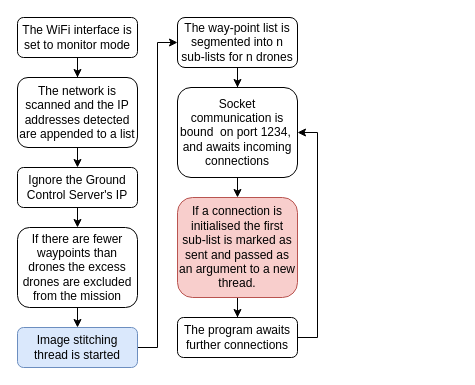
Before: distribution_and_threading_flow_diagram.drawio in ot316/Masters-Project-Ground-Control-Server, a draw.io diagram. Source tidied: cells renumbered, new cells numbered last; positions are measured from the earlier drawing's top-left corner, leaving out a move shared by most shapes. Both pictures are drawn from the tidied source at 100%, with x=0, y=0 at pixel (17, 17).
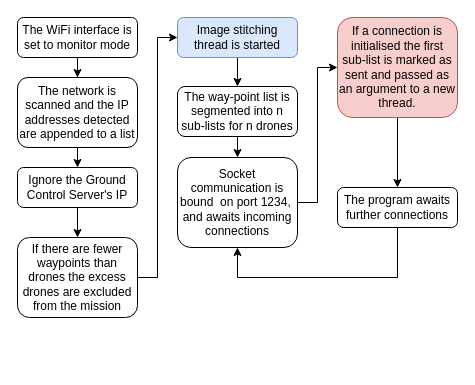
The same diagram, later.

Change to the diagram source:
```diff
@@
-    <mxCell id="8" style="edgeStyle=orthogonalEdgeStyle;rounded=0;jettySize=auto;html=1;exitX=0.5;exitY=1;exitDx=0;exitDy=0;entryX=0.5;entryY=0;entryDx=0;entryDy=0;" parent="1" edge="1" source="9" target="11">
+    <mxCell id="8" style="edgeStyle=orthogonalEdgeStyle;rounded=0;jettySize=auto;html=1;exitX=1;exitY=0.5;exitDx=0;exitDy=0;entryX=0;entryY=0.5;entryDx=0;entryDy=0;" parent="1" edge="1" source="9" target="11">
       <mxGeometry relative="1" as="geometry" />
     </mxCell>
     <mxCell id="9" value="If there are fewer waypoints than drones the excess drones are excluded from the mission" style="rounded=1;whiteSpace=wrap;html=1;fontSize=12;glass=0;strokeWidth=1;shadow=0;" parent="1" vertex="1">
-      <mxGeometry y="210" width="120" height="80" as="geometry" />
+      <mxGeometry y="220" width="120" height="80" as="geometry" />
     </mxCell>
-    <mxCell id="10" style="edgeStyle=orthogonalEdgeStyle;rounded=0;jettySize=auto;html=1;exitX=1;exitY=0.5;exitDx=0;exitDy=0;entryX=0;entryY=0.5;entryDx=0;entryDy=0;" parent="1" edge="1" source="11" target="13">
+    <mxCell id="10" style="edgeStyle=orthogonalEdgeStyle;rounded=0;jettySize=auto;html=1;exitX=0.5;exitY=1;exitDx=0;exitDy=0;entryX=0.5;entryY=0;entryDx=0;entryDy=0;" parent="1" edge="1" source="11" target="13">
       <mxGeometry relative="1" as="geometry" />
     </mxCell>
     <mxCell id="11" value="Image stitching thread is started" style="rounded=1;whiteSpace=wrap;html=1;fontSize=12;glass=0;strokeWidth=1;shadow=0;fillColor=#dae8fc;strokeColor=#6c8ebf;" parent="1" vertex="1">
-      <mxGeometry y="310" width="120" height="40" as="geometry" />
+      <mxGeometry x="160" width="120" height="40" as="geometry" />
     </mxCell>
-    <mxCell id="12" style="edgeStyle=orthogonalEdgeStyle;rounded=0;jettySize=auto;html=1;" parent="1" edge="1" source="13" target="15">
+    <mxCell id="12" style="edgeStyle=orthogonalEdgeStyle;rounded=0;jettySize=auto;html=1;exitX=0.5;exitY=1;exitDx=0;exitDy=0;entryX=0.5;entryY=0;entryDx=0;entryDy=0;" parent="1" edge="1" source="13" target="15">
       <mxGeometry relative="1" as="geometry" />
     </mxCell>
     <mxCell id="13" value="The way-point list is segmented into n sub-lists for n drones" style="rounded=1;whiteSpace=wrap;html=1;fontSize=12;glass=0;strokeWidth=1;shadow=0;" parent="1" vertex="1">
-      <mxGeometry x="160" width="120" height="50" as="geometry" />
+      <mxGeometry x="160" y="69" width="120" height="50" as="geometry" />
     </mxCell>
-    <mxCell id="14" style="edgeStyle=orthogonalEdgeStyle;rounded=0;jettySize=auto;html=1;exitX=0.5;exitY=1;exitDx=0;exitDy=0;entryX=0.5;entryY=0;entryDx=0;entryDy=0;" parent="1" edge="1" source="15" target="17">
+    <mxCell id="14" style="edgeStyle=orthogonalEdgeStyle;rounded=0;jettySize=auto;html=1;exitX=1;exitY=0.5;exitDx=0;exitDy=0;entryX=0;entryY=0.5;entryDx=0;entryDy=0;" parent="1" edge="1" source="15" target="17">
       <mxGeometry relative="1" as="geometry" />
     </mxCell>
     <mxCell id="15" value="Socket communication is bound&amp;nbsp; on port 1234,&amp;nbsp; and awaits incoming connections" style="rounded=1;whiteSpace=wrap;html=1;fontSize=12;glass=0;strokeWidth=1;shadow=0;" parent="1" vertex="1">
-      <mxGeometry x="160" y="70" width="120" height="90" as="geometry" />
+      <mxGeometry x="160" y="140" width="120" height="90" as="geometry" />
     </mxCell>
@@
     <mxCell id="17" value="If a connection is initialised the first sub-list is marked as sent and passed as an argument to a new thread." style="rounded=1;whiteSpace=wrap;html=1;fontSize=12;glass=0;strokeWidth=1;shadow=0;fillColor=#f8cecc;strokeColor=#b85450;" parent="1" vertex="1">
-      <mxGeometry x="160" y="180" width="120" height="100" as="geometry" />
+      <mxGeometry x="320" width="120" height="100" as="geometry" />
     </mxCell>
-    <mxCell id="18" style="edgeStyle=orthogonalEdgeStyle;rounded=0;jettySize=auto;html=1;exitX=1;exitY=0.5;exitDx=0;exitDy=0;entryX=1;entryY=0.5;entryDx=0;entryDy=0;" parent="1" edge="1" source="19" target="15">
-      <mxGeometry relative="1" as="geometry" />
+    <mxCell id="18" style="edgeStyle=orthogonalEdgeStyle;rounded=0;jettySize=auto;html=1;exitX=0.5;exitY=1;exitDx=0;exitDy=0;entryX=0.5;entryY=1;entryDx=0;entryDy=0;" parent="1" edge="1" source="19" target="15">
+      <mxGeometry relative="1" as="geometry">
+        <Array as="points">
+          <mxPoint x="380" y="260" />
+          <mxPoint x="220" y="260" />
+        </Array>
+      </mxGeometry>
     </mxCell>
     <mxCell id="19" value="The program awaits further connections" style="rounded=1;whiteSpace=wrap;html=1;fontSize=12;glass=0;strokeWidth=1;shadow=0;" parent="1" vertex="1">
-      <mxGeometry x="160" y="300" width="120" height="40" as="geometry" />
+      <mxGeometry x="320" y="170" width="120" height="40" as="geometry" />
     </mxCell>
```
